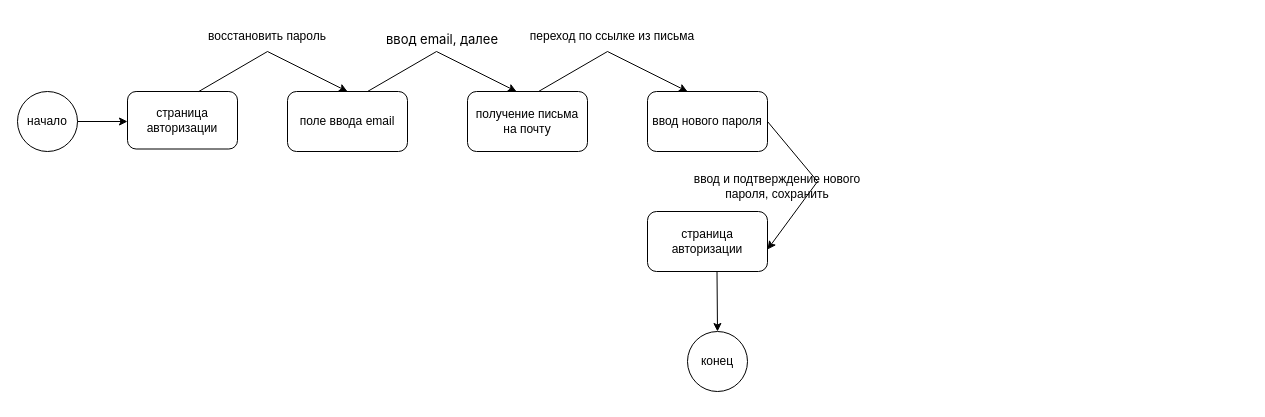
Earlier version of the draw.io diagram Диаграмма без названия.drawio (kofeinovaya/password-recovery-diagram). Source tidied: cells renumbered, new cells numbered last; positions are measured from the earlier drawing's top-left corner, leaving out a move shared by most shapes. Both pictures are drawn from the tidied source at 100%, with x=0, y=0 at pixel (17, 21).
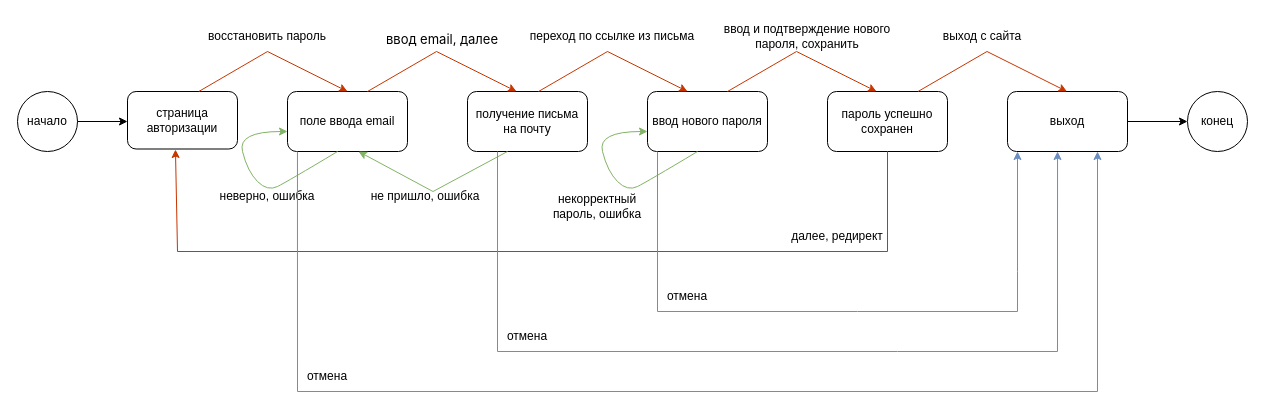
The same diagram, later.

Commit message:
диаграмма восстановления пароля.drawio

Unchanged cells that the change refers to:
```xml
<mxCell id="4" value="страница авторизации" style="rounded=1;whiteSpace=wrap;html=1;" parent="1" vertex="1">
  <mxGeometry x="110" y="70" width="110" height="57.5" as="geometry" />
</mxCell>
<mxCell id="5" value="поле ввода email" style="rounded=1;whiteSpace=wrap;html=1;" parent="1" vertex="1">
  <mxGeometry x="270" y="70" width="120" height="60" as="geometry" />
</mxCell>
<mxCell id="7" value="ввод нового пароля" style="rounded=1;whiteSpace=wrap;html=1;" parent="1" vertex="1">
  <mxGeometry x="630" y="70" width="120" height="60" as="geometry" />
</mxCell>
```

Change to the diagram source:
```diff
@@
-    <mxCell id="2" style="endArrow=classic;html=1;rounded=0;exitX=1;exitY=0.5;exitDx=0;exitDy=0;entryX=1;entryY=0.633;entryDx=0;entryDy=0;entryPerimeter=0;" parent="1" edge="1" source="7" target="8">
-      <mxGeometry relative="1" as="geometry">
-        <Array as="points">
-          <mxPoint x="800" y="160" />
-        </Array>
-      </mxGeometry>
-    </mxCell>
@@
-    <mxCell id="8" value="страница авторизации" style="rounded=1;whiteSpace=wrap;html=1;" parent="1" vertex="1">
-      <mxGeometry x="630" y="190" width="120" height="60" as="geometry" />
-    </mxCell>
-    <mxCell id="9" value="конец" style="ellipse;whiteSpace=wrap;html=1;" parent="1" vertex="1">
-      <mxGeometry x="670" y="310" width="60" height="60" as="geometry" />
-    </mxCell>
-    <mxCell id="10" style="endArrow=classic;html=1;rounded=0;entryX=0.5;entryY=0;entryDx=0;entryDy=0;exitX=0.648;exitY=0;exitDx=0;exitDy=0;exitPerimeter=0;" parent="1" edge="1" source="4" target="5">
+    <mxCell id="10" style="endArrow=classic;html=1;rounded=0;entryX=0.5;entryY=0;entryDx=0;entryDy=0;exitX=0.648;exitY=0;exitDx=0;exitDy=0;exitPerimeter=0;fillColor=#fa6800;strokeColor=#C73500;" parent="1" edge="1" source="4" target="5">
       <mxGeometry relative="1" as="geometry">
         <Array as="points">
           <mxPoint x="250" y="30" />
         </Array>
       </mxGeometry>
     </mxCell>
@@
-    <mxCell id="12" style="endArrow=classic;html=1;rounded=0;" parent="1" edge="1">
-      <mxGeometry relative="1" as="geometry">
-        <mxPoint x="699.5" y="250" as="sourcePoint" />
-        <mxPoint x="700" y="310" as="targetPoint" />
-      </mxGeometry>
-    </mxCell>
@@
-    <mxCell id="14" style="endArrow=classic;html=1;rounded=0;entryX=0.5;entryY=0;entryDx=0;entryDy=0;exitX=0.648;exitY=0;exitDx=0;exitDy=0;exitPerimeter=0;" parent="1" edge="1">
+    <mxCell id="14" style="endArrow=classic;html=1;rounded=0;entryX=0.5;entryY=0;entryDx=0;entryDy=0;exitX=0.648;exitY=0;exitDx=0;exitDy=0;exitPerimeter=0;fillColor=#fa6800;strokeColor=#C73500;" parent="1" edge="1">
       <mxGeometry relative="1" as="geometry">
         <mxPoint x="350" y="70" as="sourcePoint" />
         <mxPoint x="499" y="70" as="targetPoint" />
         <Array as="points">
           <mxPoint x="419" y="30" />
         </Array>
       </mxGeometry>
     </mxCell>
@@
-    <mxCell id="16" style="endArrow=classic;html=1;rounded=0;entryX=0.5;entryY=0;entryDx=0;entryDy=0;exitX=0.648;exitY=0;exitDx=0;exitDy=0;exitPerimeter=0;" parent="1" edge="1">
+    <mxCell id="16" style="endArrow=classic;html=1;rounded=0;entryX=0.5;entryY=0;entryDx=0;entryDy=0;exitX=0.648;exitY=0;exitDx=0;exitDy=0;exitPerimeter=0;fillColor=#fa6800;strokeColor=#C73500;" parent="1" edge="1">
       <mxGeometry relative="1" as="geometry">
         <mxPoint x="521" y="70" as="sourcePoint" />
         <mxPoint x="670" y="70" as="targetPoint" />
         <Array as="points">
           <mxPoint x="590" y="30" />
         </Array>
       </mxGeometry>
     </mxCell>
@@
-    <mxCell id="18" value="ввод и подтверждение нового пароля, сохранить" style="text;html=1;align=center;verticalAlign=middle;whiteSpace=wrap;rounded=0;" parent="1" vertex="1">
-      <mxGeometry x="670" y="150" width="180" height="30" as="geometry" />
+    <mxCell id="18" value="ввод и подтверждение нового пароля, сохранить" style="text;html=1;align=center;verticalAlign=middle;whiteSpace=wrap;rounded=0;direction=west;" parent="1" vertex="1">
+      <mxGeometry x="700" width="180" height="30" as="geometry" />
     </mxCell>
+    <mxCell id="19" value="пароль успешно сохранен" style="rounded=1;whiteSpace=wrap;html=1;" parent="1" vertex="1">
+      <mxGeometry x="810" y="70" width="120" height="60" as="geometry" />
+    </mxCell>
+    <mxCell id="20" value="далее, редирект" style="text;html=1;align=center;verticalAlign=middle;whiteSpace=wrap;rounded=0;" parent="1" vertex="1">
+      <mxGeometry x="770" y="200" width="100" height="30" as="geometry" />
+    </mxCell>
+    <mxCell id="21" style="endArrow=classic;html=1;rounded=0;entryX=0.436;entryY=1.009;entryDx=0;entryDy=0;entryPerimeter=0;fillColor=#fa6800;strokeColor=#C73500;" parent="1" edge="1" target="4">
+      <mxGeometry relative="1" as="geometry">
+        <mxPoint x="870" y="140" as="sourcePoint" />
+        <Array as="points">
+          <mxPoint x="870" y="130" />
+          <mxPoint x="870" y="230" />
+          <mxPoint x="160" y="230" />
+        </Array>
+      </mxGeometry>
+    </mxCell>
+    <mxCell id="22" value="выход с сайта" style="text;html=1;align=center;verticalAlign=middle;whiteSpace=wrap;rounded=0;" parent="1" vertex="1">
+      <mxGeometry x="920" width="90" height="30" as="geometry" />
+    </mxCell>
+    <mxCell id="23" value="неверно, ошибка" style="text;html=1;align=center;verticalAlign=middle;whiteSpace=wrap;rounded=0;" parent="1" vertex="1">
+      <mxGeometry x="200" y="160" width="100" height="30" as="geometry" />
+    </mxCell>
+    <mxCell id="24" style="endArrow=classic;html=1;rounded=0;entryX=0.5;entryY=0;entryDx=0;entryDy=0;exitX=0.648;exitY=0;exitDx=0;exitDy=0;exitPerimeter=0;fillColor=#d5e8d4;strokeColor=#82b366;" parent="1" edge="1">
+      <mxGeometry relative="1" as="geometry">
+        <mxPoint x="490" y="130" as="sourcePoint" />
+        <mxPoint x="341" y="130" as="targetPoint" />
+        <Array as="points">
+          <mxPoint x="415.5" y="170" />
+        </Array>
+      </mxGeometry>
+    </mxCell>
+    <mxCell id="25" value="не пришло, ошибка" style="text;html=1;align=center;verticalAlign=middle;whiteSpace=wrap;rounded=0;" parent="1" vertex="1">
+      <mxGeometry x="350" y="160" width="116" height="30" as="geometry" />
+    </mxCell>
+    <mxCell id="26" style="curved=1;endArrow=classic;html=1;rounded=0;exitX=0.417;exitY=1;exitDx=0;exitDy=0;exitPerimeter=0;fillColor=#d5e8d4;strokeColor=#82b366;" parent="1" edge="1" source="5">
+      <mxGeometry relative="1" as="geometry">
+        <mxPoint x="270" y="110" as="targetPoint" />
+        <Array as="points">
+          <mxPoint x="270" y="160" />
+          <mxPoint x="250" y="170" />
+          <mxPoint x="230" y="150" />
+          <mxPoint x="220" y="110" />
+        </Array>
+      </mxGeometry>
+    </mxCell>
+    <mxCell id="27" style="curved=1;endArrow=classic;html=1;rounded=0;exitX=0.417;exitY=1;exitDx=0;exitDy=0;exitPerimeter=0;fillColor=#d5e8d4;strokeColor=#82b366;" parent="1" edge="1">
+      <mxGeometry relative="1" as="geometry">
+        <mxPoint x="680" y="130" as="sourcePoint" />
+        <mxPoint x="630" y="110" as="targetPoint" />
+        <Array as="points">
+          <mxPoint x="630" y="160" />
+          <mxPoint x="610" y="170" />
+          <mxPoint x="590" y="150" />
+          <mxPoint x="580" y="110" />
+        </Array>
+      </mxGeometry>
+    </mxCell>
+    <mxCell id="28" value="некорректный пароль, ошибка" style="text;html=1;align=center;verticalAlign=middle;whiteSpace=wrap;rounded=0;" parent="1" vertex="1">
+      <mxGeometry x="520" y="170" width="120" height="30" as="geometry" />
+    </mxCell>
+    <mxCell id="29" style="endArrow=classic;html=1;rounded=0;entryX=0;entryY=0.5;entryDx=0;entryDy=0;" parent="1" edge="1" target="9">
+      <mxGeometry relative="1" as="geometry">
+        <mxPoint x="1110" y="100" as="sourcePoint" />
+      </mxGeometry>
+    </mxCell>
+    <mxCell id="9" value="конец" style="ellipse;whiteSpace=wrap;html=1;" parent="1" vertex="1">
+      <mxGeometry x="1170" y="70" width="60" height="60" as="geometry" />
+    </mxCell>
+    <mxCell id="30" value="выход" style="rounded=1;whiteSpace=wrap;html=1;" parent="1" vertex="1">
+      <mxGeometry x="990" y="70" width="120" height="60" as="geometry" />
+    </mxCell>
+    <mxCell id="31" value="отмена" style="text;html=1;align=center;verticalAlign=middle;whiteSpace=wrap;rounded=0;" parent="1" vertex="1">
+      <mxGeometry x="280" y="340" width="60" height="30" as="geometry" />
+    </mxCell>
+    <mxCell id="32" value="отмена" style="text;html=1;align=center;verticalAlign=middle;whiteSpace=wrap;rounded=0;" parent="1" vertex="1">
+      <mxGeometry x="480" y="300" width="60" height="30" as="geometry" />
+    </mxCell>
+    <mxCell id="33" style="endArrow=classic;html=1;rounded=0;entryX=0.5;entryY=0;entryDx=0;entryDy=0;exitX=0.648;exitY=0;exitDx=0;exitDy=0;exitPerimeter=0;fillColor=#fa6800;strokeColor=#C73500;" parent="1" edge="1">
+      <mxGeometry relative="1" as="geometry">
+        <mxPoint x="710" y="70" as="sourcePoint" />
+        <mxPoint x="859" y="70" as="targetPoint" />
+        <Array as="points">
+          <mxPoint x="779" y="30" />
+        </Array>
+      </mxGeometry>
+    </mxCell>
+    <mxCell id="34" style="endArrow=classic;html=1;rounded=0;entryX=0.5;entryY=0;entryDx=0;entryDy=0;exitX=0.648;exitY=0;exitDx=0;exitDy=0;exitPerimeter=0;fillColor=#fa6800;strokeColor=#C73500;" parent="1" edge="1">
+      <mxGeometry relative="1" as="geometry">
+        <mxPoint x="900.5" y="70" as="sourcePoint" />
+        <mxPoint x="1049.5" y="70" as="targetPoint" />
+        <Array as="points">
+          <mxPoint x="969.5" y="30" />
+        </Array>
+      </mxGeometry>
+    </mxCell>
+    <mxCell id="35" style="endArrow=classic;html=1;rounded=0;exitX=0.083;exitY=1;exitDx=0;exitDy=0;exitPerimeter=0;entryX=0.75;entryY=1;entryDx=0;entryDy=0;fillColor=#dae8fc;strokeColor=#6c8ebf;" parent="1" edge="1" source="5" target="30">
+      <mxGeometry relative="1" as="geometry">
+        <Array as="points">
+          <mxPoint x="280" y="370" />
+          <mxPoint x="1080" y="370" />
+        </Array>
+      </mxGeometry>
+    </mxCell>
+    <mxCell id="36" style="endArrow=classic;html=1;rounded=0;exitX=0.083;exitY=1;exitDx=0;exitDy=0;exitPerimeter=0;entryX=0.417;entryY=1;entryDx=0;entryDy=0;entryPerimeter=0;fillColor=#dae8fc;strokeColor=#6c8ebf;" parent="1" edge="1" target="30">
+      <mxGeometry relative="1" as="geometry">
+        <mxPoint x="480" y="130" as="sourcePoint" />
+        <Array as="points">
+          <mxPoint x="480" y="330" />
+          <mxPoint x="880" y="330" />
+          <mxPoint x="1040" y="330" />
+        </Array>
+      </mxGeometry>
+    </mxCell>
+    <mxCell id="37" style="endArrow=classic;html=1;rounded=0;exitX=0.083;exitY=1;exitDx=0;exitDy=0;exitPerimeter=0;fillColor=#dae8fc;strokeColor=#6c8ebf;" parent="1" edge="1">
+      <mxGeometry relative="1" as="geometry">
+        <mxPoint x="640" y="130" as="sourcePoint" />
+        <mxPoint x="1000" y="130" as="targetPoint" />
+        <Array as="points">
+          <mxPoint x="640" y="290" />
+          <mxPoint x="840" y="290" />
+          <mxPoint x="1000" y="290" />
+          <mxPoint x="1000" y="250" />
+        </Array>
+      </mxGeometry>
+    </mxCell>
+    <mxCell id="38" value="отмена" style="text;html=1;align=center;verticalAlign=middle;whiteSpace=wrap;rounded=0;" parent="1" vertex="1">
+      <mxGeometry x="640" y="260" width="60" height="30" as="geometry" />
+    </mxCell>
```
